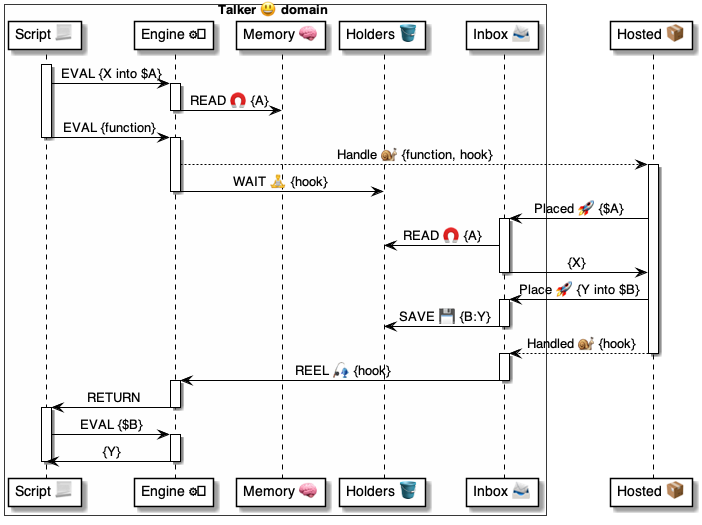
This is 4 ⚙️ Solution/35 💬 Chats/Talkers 😃/😃⏩ Talker flows/Manage Holders 📦⏩😃/😃 Holders ⚙️ uml.png from pollyweb-org/pollyweb-docs, a PlantUML export, as it was before one commit. Its source is kept beside it as 4 ⚙️ Solution/35 💬 Chats/Talkers 😃/😃⏩ Talker flows/Manage Holders 📦⏩😃/😃 Holders ⚙️ uml.puml.
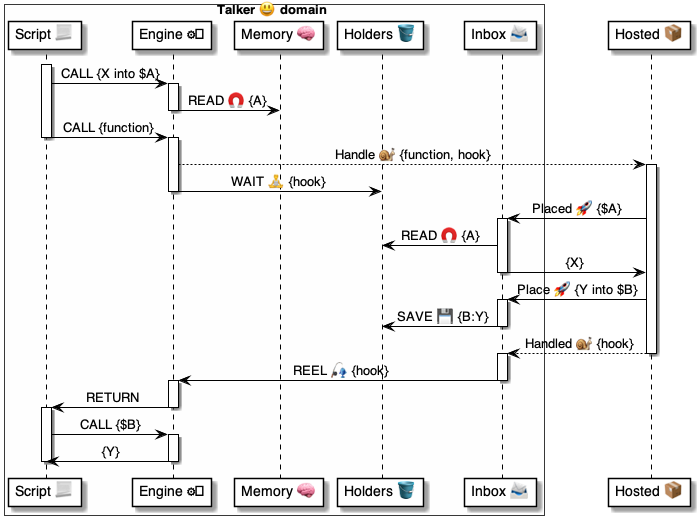
After the change.

Change to the diagram source:
```diff
@@ -11,12 +11,12 @@
 participant "Hosted 📦" as hosted
 
 activate script
-    script -> engine: EVAL {X into $A}
+    script -> engine: CALL {X into $A}
     activate engine
         engine -> memory: READ 🧲 {A}
     deactivate engine
 
-    script -> engine: EVAL {function}
+    script -> engine: CALL {function}
 deactivate script
 
 
@@ -50,7 +50,7 @@
 deactivate engine
 
 activate script
-    script -> engine: EVAL {$B}
+    script -> engine: CALL {$B}
 activate engine
     engine -> script: {Y}
 deactivate engine
```
